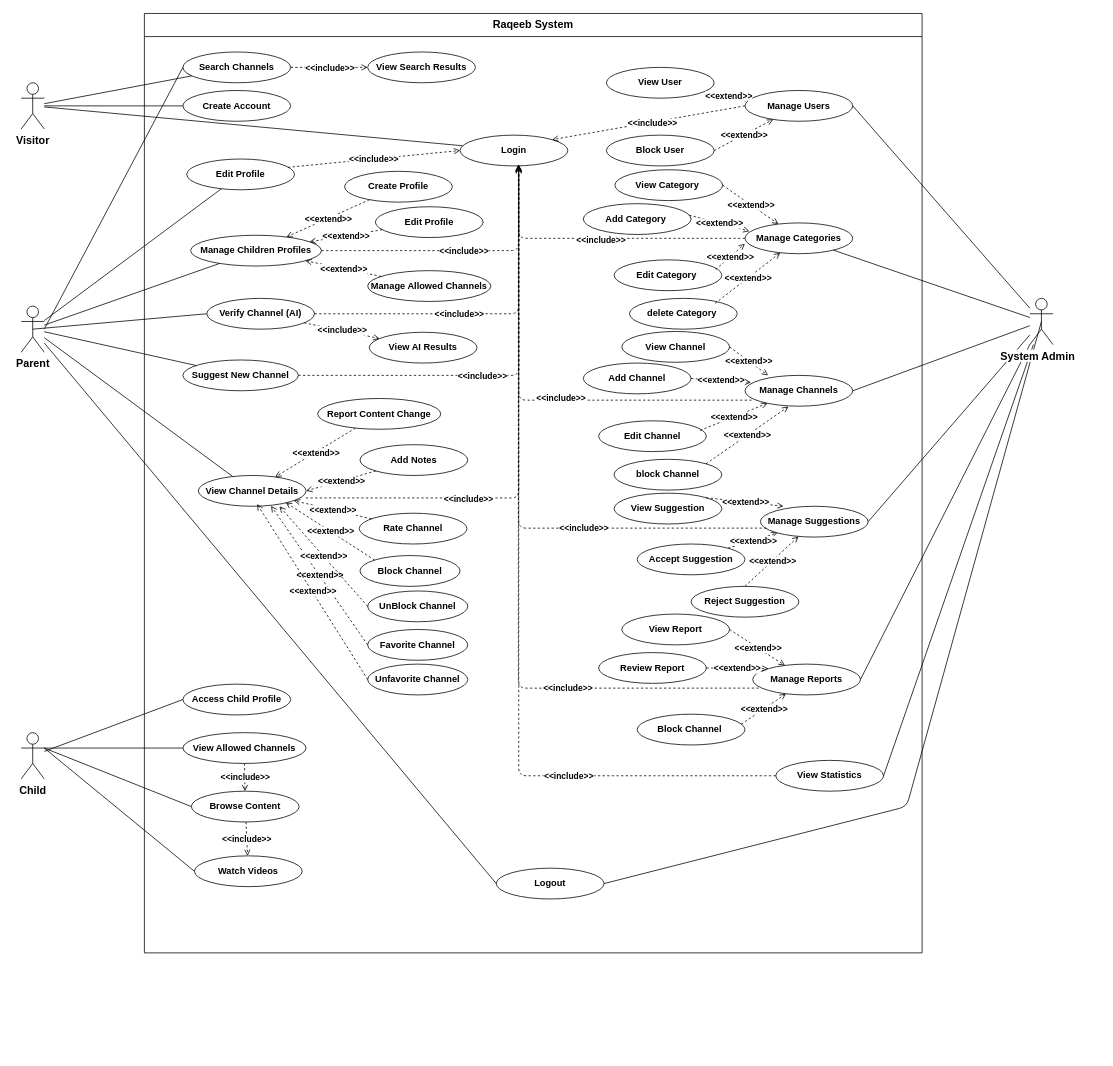
Earlier version of the draw.io diagram page "Raqeeb Use Case" (1 of 7) of رقيب.drawio (MahmoudHamdy19/diagrams-). Source tidied: cells renumbered, new cells numbered last; positions are measured from the earlier drawing's top-left corner, leaving out a move shared by most shapes. Both pictures are drawn from the tidied source at 77%, with x=0, y=0 at pixel (21, 13).
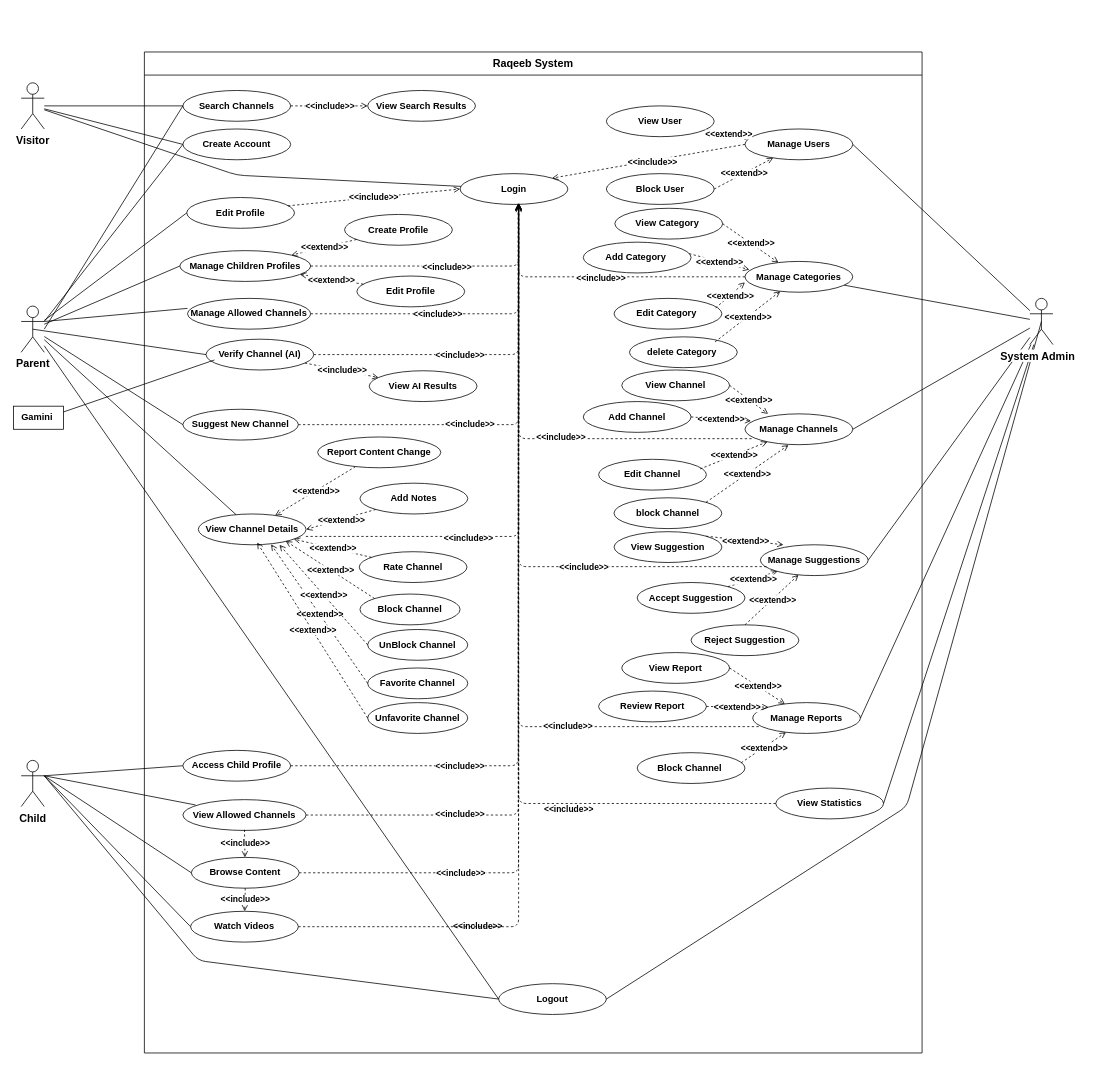
The same diagram, later.

Unchanged cells that the change refers to:
```xml
<mxCell id="5" value="Create Account" style="ellipse;whiteSpace=wrap;html=1;fontSize=12;fontStyle=1;" parent="2" vertex="1">
  <mxGeometry x="50" y="100" width="140" height="40" as="geometry" />
</mxCell>
<mxCell id="6" value="Login" style="ellipse;whiteSpace=wrap;html=1;fontSize=12;fontStyle=1;" parent="2" vertex="1">
  <mxGeometry x="410" y="158" width="140" height="40" as="geometry" />
</mxCell>
<mxCell id="8" value="Edit Profile" style="ellipse;whiteSpace=wrap;html=1;fontSize=12;fontStyle=1;" parent="2" vertex="1">
  <mxGeometry x="55" y="189" width="140" height="40" as="geometry" />
</mxCell>
<mxCell id="114" style="dashed=1;endArrow=open;endFill=0;html=1;exitX=1;exitY=0.5;exitDx=0;exitDy=0;edgeStyle=orthogonalEdgeStyle;entryX=0.545;entryY=0.976;entryDx=0;entryDy=0;entryPerimeter=0;fontStyle=1;" parent="2" edge="1" source="15" target="6">
  <mxGeometry relative="1" as="geometry" />
</mxCell>
<mxCell id="132" value="Visitor" style="shape=umlActor;verticalLabelPosition=bottom;verticalAlign=top;html=1;outlineConnect=0;fontStyle=1;fontSize=14;" parent="1" vertex="1">
  <mxGeometry y="90" width="30" height="60" as="geometry" />
</mxCell>
<mxCell id="133" value="Parent" style="shape=umlActor;verticalLabelPosition=bottom;verticalAlign=top;html=1;outlineConnect=0;fontStyle=1;fontSize=14;" parent="1" vertex="1">
  <mxGeometry y="380" width="30" height="60" as="geometry" />
</mxCell>
```

Change to the diagram source:
```diff
@@
     <mxCell id="2" value="Raqeeb System" style="swimlane;whiteSpace=wrap;html=1;startSize=30;labelBackgroundColor=none;fontSize=14;fontStyle=1;" parent="1" vertex="1">
-      <mxGeometry x="160" width="1010" height="1220" as="geometry" />
+      <mxGeometry x="160" y="50" width="1010" height="1300" as="geometry" />
     </mxCell>
@@
     <mxCell id="7" value="Logout" style="ellipse;whiteSpace=wrap;html=1;fontSize=12;fontStyle=1;" parent="2" vertex="1">
-      <mxGeometry x="457" y="1110" width="140" height="40" as="geometry" />
+      <mxGeometry x="460" y="1210" width="140" height="40" as="geometry" />
     </mxCell>
@@
     <mxCell id="9" value="Manage Children Profiles" style="ellipse;whiteSpace=wrap;html=1;fontSize=12;fontStyle=1;" parent="2" vertex="1">
-      <mxGeometry x="60" y="288" width="170" height="40" as="geometry" />
+      <mxGeometry x="46" y="258" width="170" height="40" as="geometry" />
     </mxCell>
     <mxCell id="10" value="Create Profile" style="ellipse;whiteSpace=wrap;html=1;fontSize=12;fontStyle=1;" parent="2" vertex="1">
-      <mxGeometry x="260" y="205" width="140" height="40" as="geometry" />
+      <mxGeometry x="260" y="211" width="140" height="40" as="geometry" />
     </mxCell>
     <mxCell id="11" value="Edit Profile" style="ellipse;whiteSpace=wrap;html=1;fontSize=12;fontStyle=1;" parent="2" vertex="1">
-      <mxGeometry x="300" y="251" width="140" height="40" as="geometry" />
+      <mxGeometry x="276" y="291" width="140" height="40" as="geometry" />
     </mxCell>
     <mxCell id="12" value="Manage Allowed Channels" style="ellipse;whiteSpace=wrap;html=1;fontSize=12;fontStyle=1;" parent="2" vertex="1">
-      <mxGeometry x="290" y="334" width="160" height="40" as="geometry" />
+      <mxGeometry x="56" y="320" width="160" height="40" as="geometry" />
     </mxCell>
     <mxCell id="13" value="Verify Channel (AI)" style="ellipse;whiteSpace=wrap;html=1;fontSize=12;fontStyle=1;" parent="2" vertex="1">
-      <mxGeometry x="81" y="370" width="140" height="40" as="geometry" />
+      <mxGeometry x="80" y="373" width="140" height="40" as="geometry" />
     </mxCell>
@@
     <mxCell id="15" value="Suggest New Channel" style="ellipse;whiteSpace=wrap;html=1;fontSize=12;fontStyle=1;" parent="2" vertex="1">
-      <mxGeometry x="50" y="450" width="150" height="40" as="geometry" />
+      <mxGeometry x="50" y="464" width="150" height="40" as="geometry" />
     </mxCell>
@@
     <mxCell id="22" value="Access Child Profile" style="ellipse;whiteSpace=wrap;html=1;fontSize=12;fontStyle=1;" parent="2" vertex="1">
-      <mxGeometry x="50" y="871" width="140" height="40" as="geometry" />
+      <mxGeometry x="50" y="907" width="140" height="40" as="geometry" />
     </mxCell>
     <mxCell id="23" value="View Allowed Channels" style="ellipse;whiteSpace=wrap;html=1;fontSize=12;fontStyle=1;" parent="2" vertex="1">
-      <mxGeometry x="50" y="934" width="160" height="40" as="geometry" />
+      <mxGeometry x="50" y="971" width="160" height="40" as="geometry" />
     </mxCell>
     <mxCell id="24" value="Browse Content" style="ellipse;whiteSpace=wrap;html=1;fontSize=12;fontStyle=1;" parent="2" vertex="1">
-      <mxGeometry x="61" y="1010" width="140" height="40" as="geometry" />
+      <mxGeometry x="61" y="1046" width="140" height="40" as="geometry" />
     </mxCell>
     <mxCell id="25" value="Watch Videos" style="ellipse;whiteSpace=wrap;html=1;fontSize=12;fontStyle=1;" parent="2" vertex="1">
-      <mxGeometry x="65" y="1094" width="140" height="40" as="geometry" />
+      <mxGeometry x="60" y="1116" width="140" height="40" as="geometry" />
     </mxCell>
@@
-    <mxCell id="32" style="dashed=1;endArrow=open;endFill=0;html=1;fontStyle=1;" parent="2" edge="1" source="12" target="9">
-      <mxGeometry relative="1" as="geometry" />
-    </mxCell>
-    <mxCell id="33" value="&amp;lt;&amp;lt;extend&amp;gt;&amp;gt;" style="edgeLabel;html=1;align=center;verticalAlign=middle;fontStyle=1;" parent="32" vertex="1">
-      <mxGeometry relative="1" as="geometry" />
-    </mxCell>
@@
-    <mxCell id="42" style="dashed=1;endArrow=open;endFill=0;html=1;fontStyle=1;" parent="2" edge="1" source="23" target="24">
-      <mxGeometry relative="1" as="geometry" />
+    <mxCell id="42" style="dashed=1;endArrow=open;endFill=0;html=1;fontStyle=1;" parent="2" edge="1" target="24">
+      <mxGeometry relative="1" as="geometry">
+        <mxPoint x="130" y="1010" as="sourcePoint" />
+      </mxGeometry>
     </mxCell>
@@
     <mxCell id="61" value="View Statistics" style="ellipse;whiteSpace=wrap;html=1;fontSize=12;fontStyle=1;" parent="2" vertex="1">
-      <mxGeometry x="820" y="970" width="140" height="40" as="geometry" />
+      <mxGeometry x="820" y="956" width="140" height="40" as="geometry" />
     </mxCell>
@@
     <mxCell id="115" value="&amp;lt;&amp;lt;include&amp;gt;&amp;gt;" style="edgeLabel;html=1;align=center;verticalAlign=middle;fontStyle=1;" parent="114" vertex="1">
       <mxGeometry relative="1" as="geometry">
-        <mxPoint x="-42" as="offset" />
+        <mxPoint x="-64" as="offset" />
       </mxGeometry>
     </mxCell>
@@
+    <mxCell id="158" style="dashed=1;endArrow=open;endFill=0;html=1;edgeStyle=orthogonalEdgeStyle;fontStyle=1;entryX=0.54;entryY=0.995;entryDx=0;entryDy=0;entryPerimeter=0;" parent="2" edge="1" source="22" target="6">
+      <mxGeometry relative="1" as="geometry" />
+    </mxCell>
+    <mxCell id="159" value="&amp;lt;&amp;lt;include&amp;gt;&amp;gt;" style="edgeLabel;html=1;align=center;verticalAlign=middle;fontStyle=1;" parent="158" vertex="1">
+      <mxGeometry relative="1" as="geometry">
+        <mxPoint x="-76" y="217" as="offset" />
+      </mxGeometry>
+    </mxCell>
+    <mxCell id="160" style="dashed=1;endArrow=open;endFill=0;html=1;edgeStyle=orthogonalEdgeStyle;fontStyle=1;entryX=0.539;entryY=0.991;entryDx=0;entryDy=0;entryPerimeter=0;exitX=1;exitY=0.5;exitDx=0;exitDy=0;" parent="2" edge="1" source="23" target="6">
+      <mxGeometry relative="1" as="geometry" />
+    </mxCell>
+    <mxCell id="161" value="&amp;lt;&amp;lt;include&amp;gt;&amp;gt;" style="edgeLabel;html=1;align=center;verticalAlign=middle;fontStyle=1;" parent="160" vertex="1">
+      <mxGeometry relative="1" as="geometry">
+        <mxPoint x="-53" y="403" as="offset" />
+      </mxGeometry>
+    </mxCell>
+    <mxCell id="162" style="dashed=1;endArrow=open;endFill=0;html=1;edgeStyle=orthogonalEdgeStyle;fontStyle=1;entryX=0.542;entryY=0.98;entryDx=0;entryDy=0;entryPerimeter=0;exitX=1;exitY=0.5;exitDx=0;exitDy=0;" parent="2" edge="1" source="24" target="6">
+      <mxGeometry relative="1" as="geometry" />
+    </mxCell>
+    <mxCell id="163" value="&amp;lt;&amp;lt;include&amp;gt;&amp;gt;" style="edgeLabel;html=1;align=center;verticalAlign=middle;fontStyle=1;" parent="162" vertex="1">
+      <mxGeometry relative="1" as="geometry">
+        <mxPoint x="-76" y="216" as="offset" />
+      </mxGeometry>
+    </mxCell>
+    <mxCell id="164" style="dashed=1;endArrow=open;endFill=0;html=1;edgeStyle=orthogonalEdgeStyle;fontStyle=1;exitX=1;exitY=0.5;exitDx=0;exitDy=0;entryX=0.543;entryY=0.962;entryDx=0;entryDy=0;entryPerimeter=0;" parent="2" edge="1" source="25" target="6">
+      <mxGeometry relative="1" as="geometry" />
+    </mxCell>
+    <mxCell id="165" value="&amp;lt;&amp;lt;include&amp;gt;&amp;gt;" style="edgeLabel;html=1;align=center;verticalAlign=middle;fontStyle=1;" parent="164" vertex="1">
+      <mxGeometry relative="1" as="geometry">
+        <mxPoint x="-76" y="257" as="offset" />
+      </mxGeometry>
+    </mxCell>
+    <mxCell id="166" style="dashed=1;endArrow=open;endFill=0;html=1;exitX=1;exitY=0.5;exitDx=0;exitDy=0;edgeStyle=orthogonalEdgeStyle;fontStyle=1;entryX=0.542;entryY=0.988;entryDx=0;entryDy=0;entryPerimeter=0;" parent="2" edge="1" source="12" target="6">
+      <mxGeometry relative="1" as="geometry" />
+    </mxCell>
+    <mxCell id="167" value="&amp;lt;&amp;lt;include&amp;gt;&amp;gt;" style="edgeLabel;html=1;align=center;verticalAlign=middle;fontStyle=1;" parent="166" vertex="1">
+      <mxGeometry relative="1" as="geometry">
+        <mxPoint x="-42" as="offset" />
+      </mxGeometry>
+    </mxCell>
@@
     <mxCell id="134" value="Child" style="shape=umlActor;verticalLabelPosition=bottom;verticalAlign=top;html=1;outlineConnect=0;fontStyle=1;fontSize=14;" parent="1" vertex="1">
-      <mxGeometry y="934" width="30" height="60" as="geometry" />
+      <mxGeometry y="970" width="30" height="60" as="geometry" />
     </mxCell>
@@
-    <mxCell id="136" style="endArrow=none;html=1;fontStyle=1;" parent="1" edge="1" source="132" target="5">
+    <mxCell id="136" style="endArrow=none;html=1;fontStyle=1;entryX=0;entryY=0.5;entryDx=0;entryDy=0;" parent="1" edge="1" source="132" target="5">
       <mxGeometry relative="1" as="geometry" />
     </mxCell>
     <mxCell id="137" style="endArrow=none;html=1;fontStyle=1;" parent="1" edge="1" source="132" target="6">
-      <mxGeometry relative="1" as="geometry" />
+      <mxGeometry relative="1" as="geometry">
+        <Array as="points">
+          <mxPoint x="280" y="210" />
+        </Array>
+      </mxGeometry>
     </mxCell>
@@
-    <mxCell id="139" style="endArrow=none;html=1;fontStyle=1;" parent="1" edge="1" source="133" target="8">
+    <mxCell id="139" style="endArrow=none;html=1;fontStyle=1;entryX=0;entryY=0.5;entryDx=0;entryDy=0;" parent="1" edge="1" source="133" target="8">
       <mxGeometry relative="1" as="geometry" />
     </mxCell>
-    <mxCell id="140" style="endArrow=none;html=1;fontStyle=1;" parent="1" edge="1" source="133" target="9">
+    <mxCell id="140" style="endArrow=none;html=1;fontStyle=1;entryX=0;entryY=0.5;entryDx=0;entryDy=0;" parent="1" edge="1" source="133" target="9">
       <mxGeometry relative="1" as="geometry" />
     </mxCell>
-    <mxCell id="141" style="endArrow=none;html=1;fontStyle=1;" parent="1" edge="1" source="133" target="15">
+    <mxCell id="141" style="endArrow=none;html=1;fontStyle=1;entryX=0;entryY=0.5;entryDx=0;entryDy=0;" parent="1" edge="1" source="133" target="15">
       <mxGeometry relative="1" as="geometry" />
     </mxCell>
@@
-    <mxCell id="143" style="endArrow=none;html=1;entryX=0;entryY=0.5;entryDx=0;entryDy=0;fontStyle=1;" parent="1" edge="1" source="134" target="22">
+    <mxCell id="143" style="endArrow=none;html=1;entryX=0;entryY=0.5;entryDx=0;entryDy=0;fontStyle=1;exitX=1;exitY=0.3333333333333333;exitDx=0;exitDy=0;exitPerimeter=0;" parent="1" edge="1" source="134" target="22">
       <mxGeometry relative="1" as="geometry" />
     </mxCell>
-    <mxCell id="144" style="endArrow=none;html=1;exitX=1;exitY=0.3333333333333333;exitDx=0;exitDy=0;exitPerimeter=0;fontStyle=1;" parent="1" edge="1" source="134" target="23">
-      <mxGeometry relative="1" as="geometry" />
+    <mxCell id="144" style="endArrow=none;html=1;exitX=1;exitY=0.3333333333333333;exitDx=0;exitDy=0;exitPerimeter=0;fontStyle=1;" parent="1" edge="1" source="134">
+      <mxGeometry relative="1" as="geometry">
+        <mxPoint x="226.4" y="1027.9" as="targetPoint" />
+      </mxGeometry>
     </mxCell>
@@
+    <mxCell id="168" style="endArrow=none;html=1;entryX=0;entryY=0.5;entryDx=0;entryDy=0;exitX=1;exitY=0.3333333333333333;exitDx=0;exitDy=0;exitPerimeter=0;fontStyle=1;" parent="1" edge="1" source="134" target="7">
+      <mxGeometry relative="1" as="geometry">
+        <Array as="points">
+          <mxPoint x="230" y="1230" />
+        </Array>
+      </mxGeometry>
+    </mxCell>
+    <mxCell id="169" style="endArrow=none;html=1;fontStyle=1;entryX=0;entryY=0.5;entryDx=0;entryDy=0;exitX=1;exitY=0.3333333333333333;exitDx=0;exitDy=0;exitPerimeter=0;" parent="1" edge="1" source="133" target="5">
+      <mxGeometry relative="1" as="geometry" />
+    </mxCell>
+    <mxCell id="170" style="endArrow=none;html=1;fontStyle=1;entryX=0;entryY=0.325;entryDx=0;entryDy=0;entryPerimeter=0;exitX=1;exitY=0.3333333333333333;exitDx=0;exitDy=0;exitPerimeter=0;" parent="1" edge="1" source="133" target="12">
+      <mxGeometry relative="1" as="geometry" />
+    </mxCell>
+    <mxCell id="171" value="&lt;b&gt;Gamini&amp;nbsp;&lt;/b&gt;" style="rounded=0;whiteSpace=wrap;html=1;" parent="1" vertex="1">
+      <mxGeometry x="-10" y="510" width="65" height="30" as="geometry" />
+    </mxCell>
+    <mxCell id="172" style="endArrow=none;html=1;entryX=0;entryY=0.5;entryDx=0;entryDy=0;exitX=1;exitY=0.25;exitDx=0;exitDy=0;fontStyle=1;" parent="1" edge="1" source="171">
+      <mxGeometry relative="1" as="geometry">
+        <mxPoint x="251" y="450" as="targetPoint" />
+      </mxGeometry>
+    </mxCell>
```
